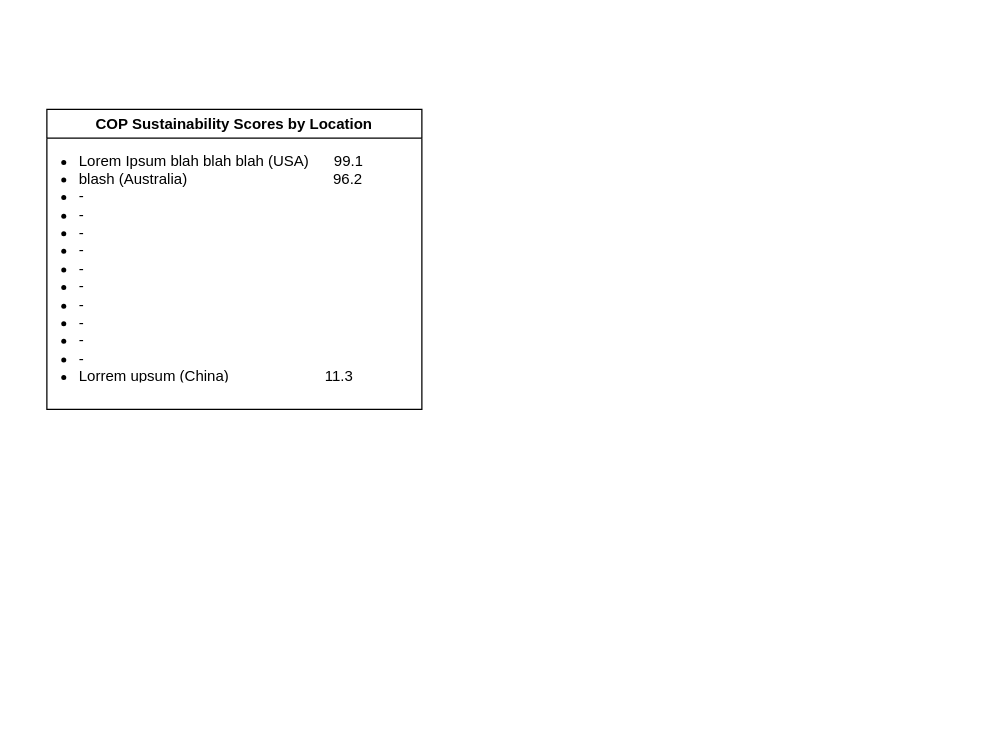
Above: WebsiteInterface.drawio in Rishi-hub/HalfStackDevs_CodeRedGenesis (draw.io), before the change. Source tidied: cells renumbered, new cells numbered last; positions are measured from the earlier drawing's top-left corner, leaving out a move shared by most shapes. Both pictures are drawn from the tidied source at 125%, with x=0, y=0 at pixel (21, 109).
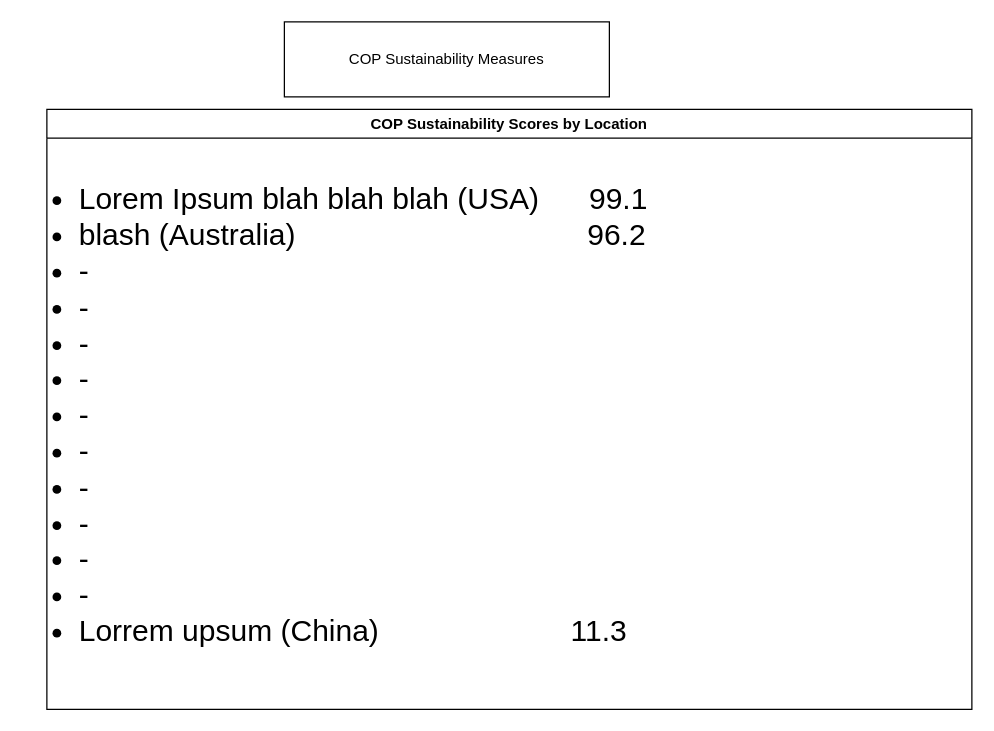
The same page after the edit.

Diff of the diagram source:
```diff
@@
 <mxGraphModel>
   <root>
     <mxCell id="0" />
     <mxCell id="1" parent="0" />
     <mxCell id="2" value="COP Sustainability Scores by Location" style="swimlane;whiteSpace=wrap;html=1;" parent="1" vertex="1">
-      <mxGeometry x="20" width="300" height="240" as="geometry" />
+      <mxGeometry x="20" width="740" height="480" as="geometry" />
     </mxCell>
-    <mxCell id="3" value="&lt;ul&gt;&lt;li&gt;Lorem Ipsum blah blah blah (USA)&amp;nbsp; &amp;nbsp; &amp;nbsp; 99.1&lt;/li&gt;&lt;li&gt;blash (Australia)&amp;nbsp; &amp;nbsp; &amp;nbsp; &amp;nbsp; &amp;nbsp; &amp;nbsp; &amp;nbsp; &amp;nbsp; &amp;nbsp; &amp;nbsp; &amp;nbsp; &amp;nbsp; &amp;nbsp; &amp;nbsp; &amp;nbsp; &amp;nbsp; &amp;nbsp; &amp;nbsp;96.2&lt;/li&gt;&lt;li&gt;-&lt;/li&gt;&lt;li&gt;-&lt;/li&gt;&lt;li&gt;-&lt;/li&gt;&lt;li&gt;-&lt;/li&gt;&lt;li&gt;-&lt;/li&gt;&lt;li&gt;-&lt;/li&gt;&lt;li&gt;-&lt;/li&gt;&lt;li&gt;-&lt;/li&gt;&lt;li&gt;-&lt;/li&gt;&lt;li&gt;-&lt;/li&gt;&lt;li&gt;Lorrem upsum (China)&amp;nbsp; &amp;nbsp; &amp;nbsp; &amp;nbsp; &amp;nbsp; &amp;nbsp; &amp;nbsp; &amp;nbsp; &amp;nbsp; &amp;nbsp; &amp;nbsp; &amp;nbsp;11.3&lt;/li&gt;&lt;/ul&gt;" style="text;strokeColor=none;fillColor=none;align=left;verticalAlign=middle;spacingLeft=4;spacingRight=4;overflow=hidden;whiteSpace=wrap;html=1;" parent="2" vertex="1">
-      <mxGeometry x="-20" y="20" width="280" height="200" as="geometry" />
+    <mxCell id="3" value="&lt;ul style=&quot;font-size: 24px;&quot;&gt;&lt;li&gt;Lorem Ipsum blah blah blah (USA)&amp;nbsp; &amp;nbsp; &amp;nbsp; 99.1&lt;/li&gt;&lt;li&gt;blash (Australia)&amp;nbsp; &amp;nbsp; &amp;nbsp; &amp;nbsp; &amp;nbsp; &amp;nbsp; &amp;nbsp; &amp;nbsp; &amp;nbsp; &amp;nbsp; &amp;nbsp; &amp;nbsp; &amp;nbsp; &amp;nbsp; &amp;nbsp; &amp;nbsp; &amp;nbsp; &amp;nbsp;96.2&lt;/li&gt;&lt;li&gt;-&lt;/li&gt;&lt;li&gt;-&lt;/li&gt;&lt;li&gt;-&lt;/li&gt;&lt;li&gt;-&lt;/li&gt;&lt;li&gt;-&lt;/li&gt;&lt;li&gt;-&lt;/li&gt;&lt;li&gt;-&lt;/li&gt;&lt;li&gt;-&lt;/li&gt;&lt;li&gt;-&lt;/li&gt;&lt;li&gt;-&lt;/li&gt;&lt;li&gt;Lorrem upsum (China)&amp;nbsp; &amp;nbsp; &amp;nbsp; &amp;nbsp; &amp;nbsp; &amp;nbsp; &amp;nbsp; &amp;nbsp; &amp;nbsp; &amp;nbsp; &amp;nbsp; &amp;nbsp;11.3&lt;/li&gt;&lt;/ul&gt;" style="text;strokeColor=none;fillColor=none;align=left;verticalAlign=middle;spacingLeft=4;spacingRight=4;overflow=hidden;whiteSpace=wrap;html=1;" parent="2" vertex="1">
+      <mxGeometry x="-20" y="20" width="740" height="450" as="geometry" />
     </mxCell>
+    <mxCell id="4" value="COP Sustainability Measures" style="rounded=0;whiteSpace=wrap;html=1;" parent="1" vertex="1">
+      <mxGeometry x="210" y="-70" width="260" height="60" as="geometry" />
+    </mxCell>
   </root>
 </mxGraphModel>
```
